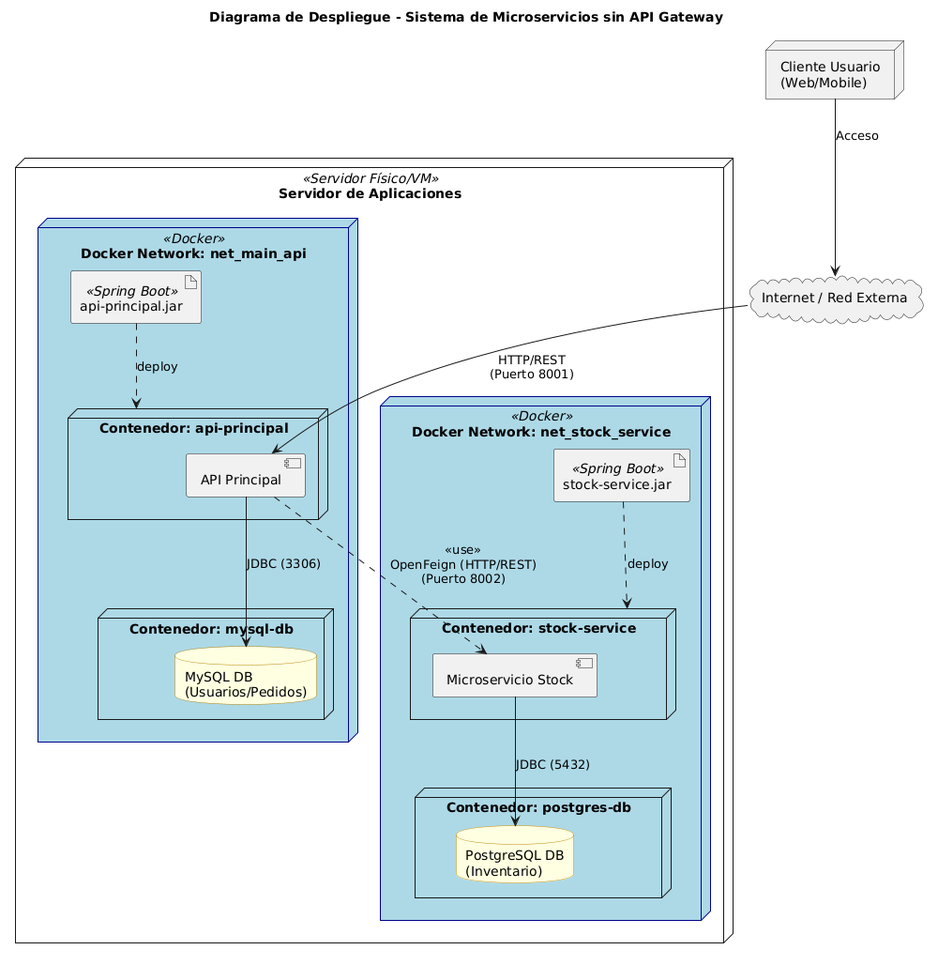
Above: backend/api-Principal/src/assets/diagramas/deploy.png in Malmaraz1/Ecommers (PlantUML), before the change.
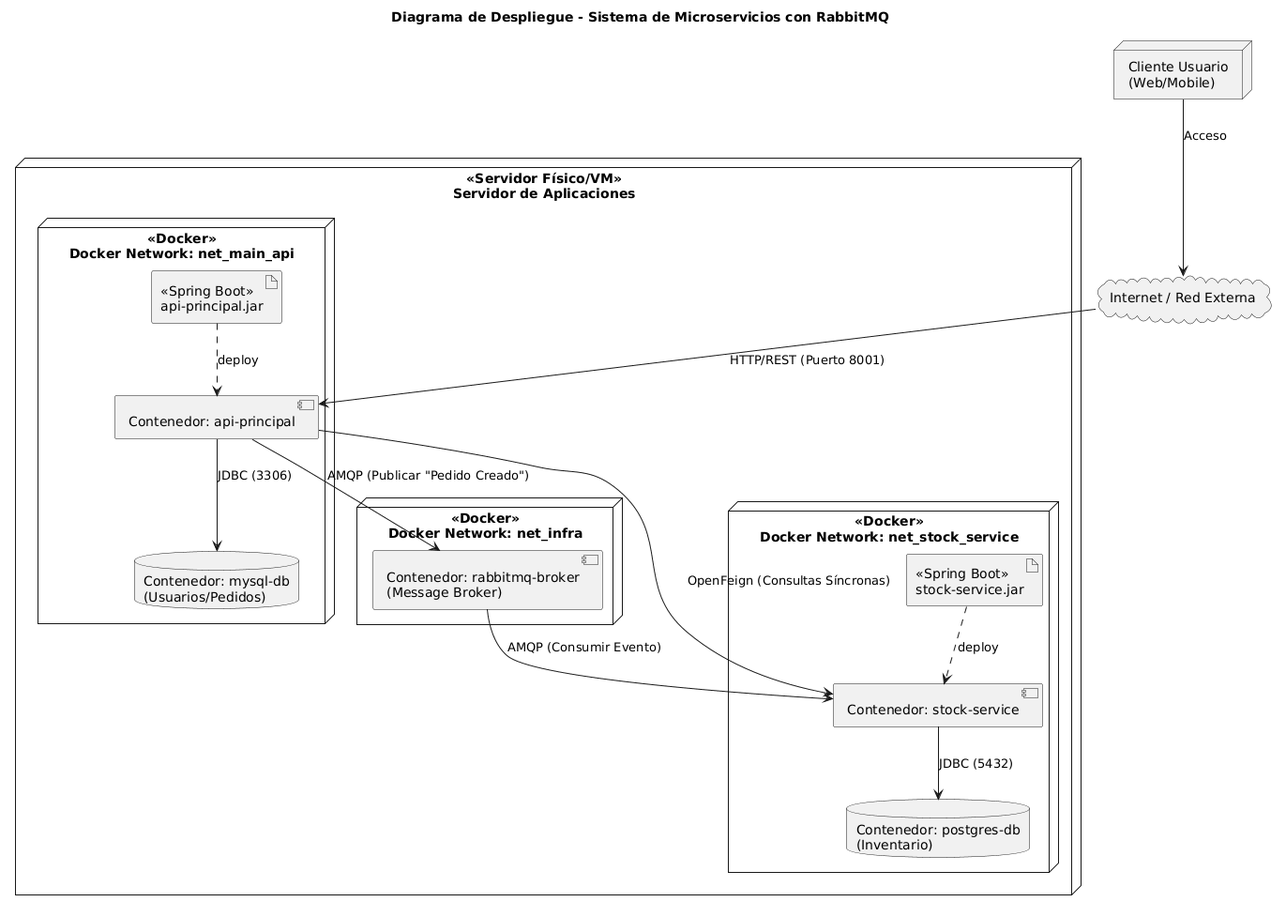
Above is the later version.

Diff of the diagram source:
```diff
@@ -1,55 +1,38 @@
 @startuml
-title Diagrama de Despliegue - Sistema de Microservicios sin API Gateway
+title Diagrama de Despliegue - Sistema de Microservicios con RabbitMQ
 
-skinparam componentStyle uml2
-skinparam node {
-    BackgroundColor<<Docker>> LightBlue
-    BorderColor<<Docker>> DarkBlue
-}
-skinparam database {
-    BackgroundColor LightYellow
-    BorderColor DarkGoldenRod
-}
+node "<<Servidor Físico/VM>>\nServidor de Aplicaciones" as server {
 
-node "Servidor de Aplicaciones" as server <<Servidor Físico/VM>> {
+    node "<<Docker>>\nDocker Network: net_main_api" as net_main {
+        artifact "<<Spring Boot>>\napi-principal.jar" as jar_main
+        component "Contenedor: api-principal" as api_principal
+        database "Contenedor: mysql-db\n(Usuarios/Pedidos)" as mysql
 
-    node "Docker Network: net_main_api" <<Docker>> as docker_main {
-        artifact "api-principal.jar" as art_main <<Spring Boot>>
-
-        node "Contenedor: api-principal" as cont_main {
-            [API Principal] as comp_main
-        }
-
-        node "Contenedor: mysql-db" as cont_mysql {
-            database "MySQL DB\n(Usuarios/Pedidos)" as db_mysql
-        }
+        jar_main ..> api_principal : deploy
+        api_principal --> mysql : JDBC (3306)
     }
 
-    node "Docker Network: net_stock_service" <<Docker>> as docker_stock {
-        artifact "stock-service.jar" as art_stock <<Spring Boot>>
+    node "<<Docker>>\nDocker Network: net_infra" as net_infra {
+        component "Contenedor: rabbitmq-broker\n(Message Broker)" as rabbitmq
+    }
 
-        node "Contenedor: stock-service" as cont_stock {
-            [Microservicio Stock] as comp_stock
-        }
+    node "<<Docker>>\nDocker Network: net_stock_service" as net_stock {
+        artifact "<<Spring Boot>>\nstock-service.jar" as jar_stock
+        component "Contenedor: stock-service" as stock_service
+        database "Contenedor: postgres-db\n(Inventario)" as postgres
 
-        node "Contenedor: postgres-db" as cont_pg {
-            database "PostgreSQL DB\n(Inventario)" as db_pg
-        }
+        jar_stock ..> stock_service : deploy
+        stock_service --> postgres : JDBC (5432)
     }
 }
 
-cloud "Internet / Red Externa" as cloud
-node "Cliente Usuario\n(Web/Mobile)" as client
+cloud "Internet / Red Externa" as internet
+node "Cliente Usuario\n(Web/Mobile)" as cliente
 
+cliente --> internet : Acceso
+internet --> api_principal : HTTP/REST (Puerto 8001)
 
-client --> cloud : Acceso
-cloud --> comp_main : HTTP/REST\n(Puerto 8001)
-
-comp_main ..> comp_stock : <<use>>\nOpenFeign (HTTP/REST)\n(Puerto 8002)
-
-comp_main --> db_mysql : JDBC (3306)
-comp_stock --> db_pg : JDBC (5432)
-
-art_main ..> cont_main : deploy
-art_stock ..> cont_stock : deploy
+api_principal --> stock_service : OpenFeign (Consultas Síncronas)
+api_principal --> rabbitmq : AMQP (Publicar "Pedido Creado")
+rabbitmq --> stock_service : AMQP (Consumir Evento)
 @enduml
```
